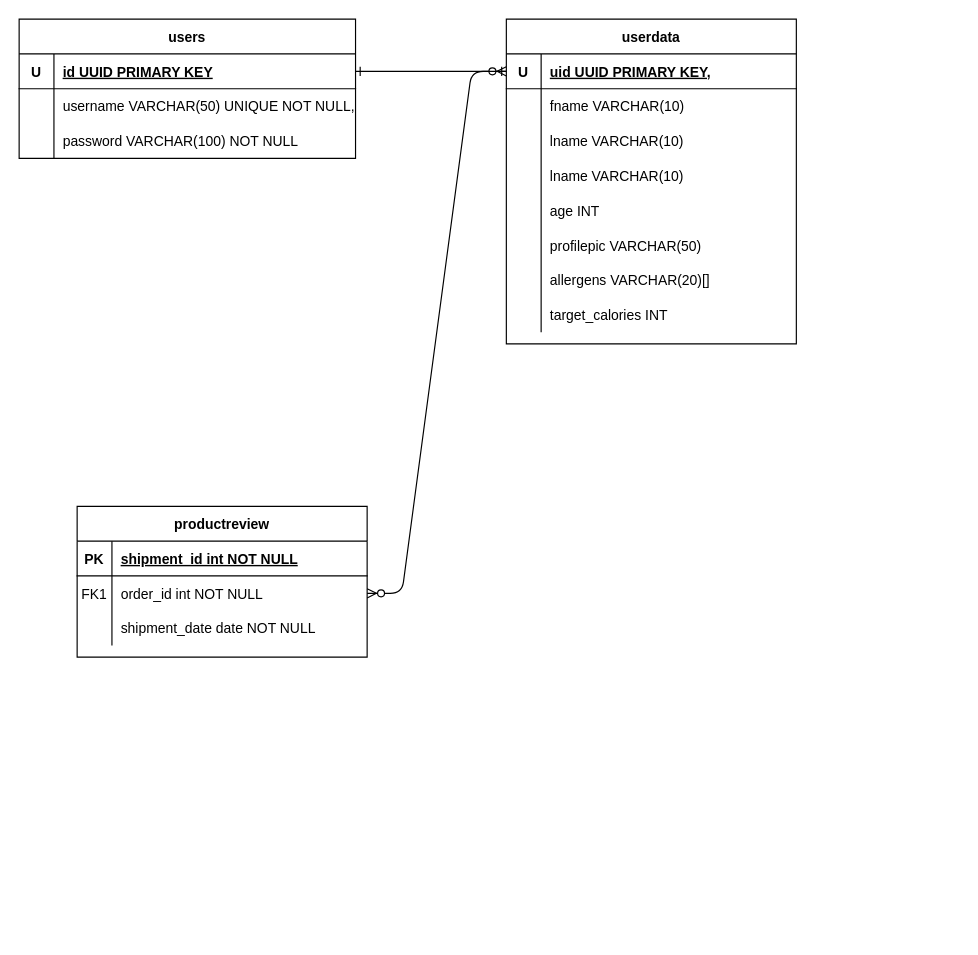
Before: Untitled Diagram.drawio in wr47hcnf/HealthBite, a draw.io diagram. Source tidied: cells renumbered, new cells numbered last; positions are measured from the earlier drawing's top-left corner, leaving out a move shared by most shapes. Both pictures are drawn from the tidied source at 116%, with x=0, y=0 at pixel (19, 19).
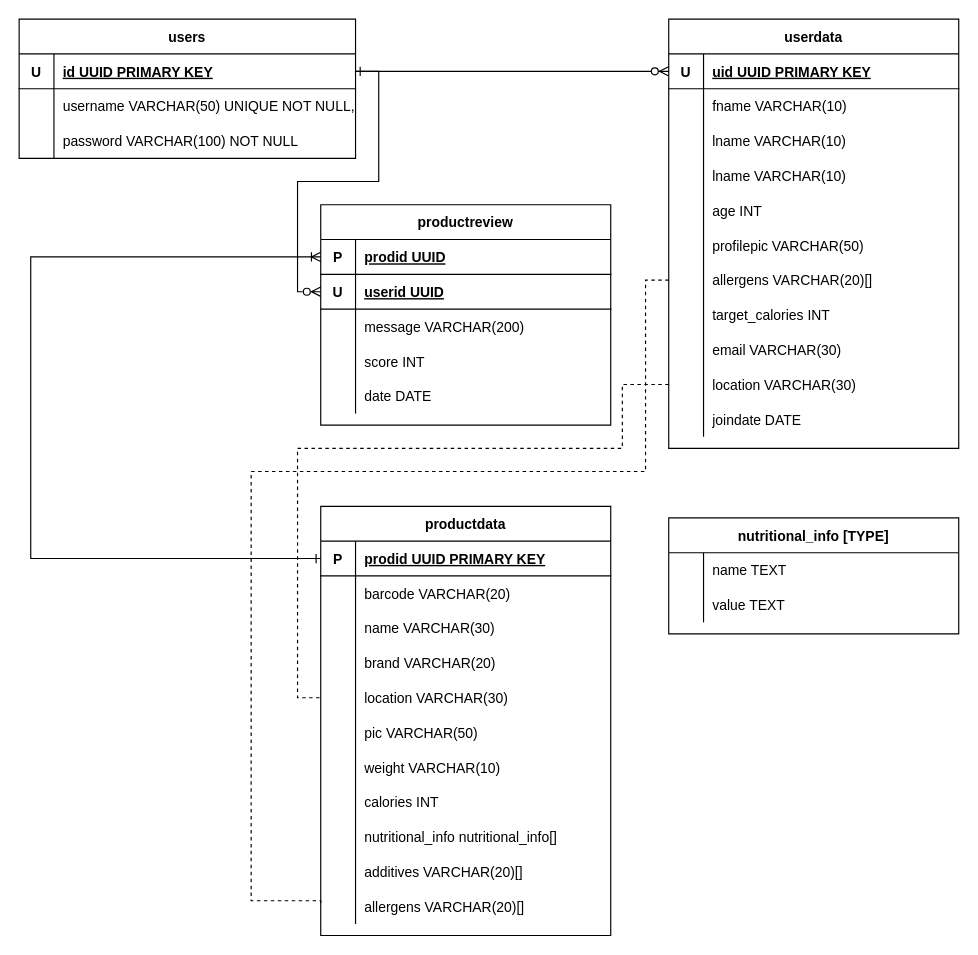
After the change.

The change refers to these unchanged cells:
```xml
<mxCell id="5" style="shape=partialRectangle;fillColor=none;points=[[0,0.5],[1,0.5]];portConstraint=eastwest;top=0;left=0;right=0;bottom=1;" parent="4" vertex="1">
  <mxGeometry y="30" width="250" height="30" as="geometry" />
</mxCell>
<mxCell id="23" style="shape=partialRectangle;fillColor=none;points=[[0,0.5],[1,0.5]];portConstraint=eastwest;top=0;left=0;right=0;bottom=0;" parent="4" vertex="1">
  <mxGeometry y="210" width="250" height="30" as="geometry" />
</mxCell>
<mxCell id="30" style="shape=partialRectangle;fillColor=none;points=[[0,0.5],[1,0.5]];portConstraint=eastwest;top=0;left=0;right=0;bottom=1;" parent="29" vertex="1">
  <mxGeometry y="30" width="250" height="30" as="geometry" />
</mxCell>
<mxCell id="40" style="shape=partialRectangle;fillColor=none;points=[[0,0.5],[1,0.5]];portConstraint=eastwest;top=0;left=0;right=0;bottom=1;" parent="39" vertex="1">
  <mxGeometry y="30" width="290" height="30" as="geometry" />
</mxCell>
```

Diff of the diagram source:
```diff
@@
-    <mxCell id="3" style="edgeStyle=entityRelationEdgeStyle;endArrow=ERzeroToMany;startArrow=ERone;endFill=1;startFill=0;" parent="1" edge="1" source="5" target="33">
-      <mxGeometry relative="1" as="geometry" />
-    </mxCell>
     <mxCell id="4" value="userdata" style="shape=table;startSize=30;childLayout=tableLayout;rowLines=0;fontStyle=1;align=center;" parent="1" vertex="1">
-      <mxGeometry x="420" width="250" height="280" as="geometry" />
+      <mxGeometry x="560" width="250" height="370" as="geometry" />
     </mxCell>
@@
-    <mxCell id="7" value="uid UUID PRIMARY KEY," style="shape=partialRectangle;overflow=hidden;fillColor=none;top=0;left=0;bottom=0;right=0;align=left;spacingLeft=6;fontStyle=5;" parent="5" vertex="1">
+    <mxCell id="7" value="uid UUID PRIMARY KEY" style="shape=partialRectangle;overflow=hidden;fillColor=none;top=0;left=0;bottom=0;right=0;align=left;spacingLeft=6;fontStyle=5;" parent="5" vertex="1">
       <mxGeometry x="30" width="220" height="30" as="geometry" />
     </mxCell>
@@
+    <mxCell id="49" style="shape=partialRectangle;fillColor=none;top=0;left=0;right=0;bottom=0;" parent="4" vertex="1">
+      <mxGeometry y="270" width="250" height="30" as="geometry" />
+    </mxCell>
+    <mxCell id="50" style="shape=partialRectangle;overflow=hidden;fillColor=none;top=0;left=0;bottom=0;right=0;" parent="49" vertex="1">
+      <mxGeometry width="30" height="30" as="geometry" />
+    </mxCell>
+    <mxCell id="51" value="email VARCHAR(30)" style="shape=partialRectangle;overflow=hidden;fillColor=none;top=0;left=0;bottom=0;right=0;align=left;spacingLeft=6;" parent="49" vertex="1">
+      <mxGeometry x="30" width="220" height="30" as="geometry" />
+    </mxCell>
+    <mxCell id="52" style="shape=partialRectangle;fillColor=none;points=[[0,0.5],[1,0.5]];portConstraint=eastwest;top=0;left=0;right=0;bottom=0;" parent="4" vertex="1">
+      <mxGeometry y="300" width="250" height="30" as="geometry" />
+    </mxCell>
+    <mxCell id="53" style="shape=partialRectangle;overflow=hidden;fillColor=none;top=0;left=0;bottom=0;right=0;" parent="52" vertex="1">
+      <mxGeometry width="30" height="30" as="geometry" />
+    </mxCell>
+    <mxCell id="54" value="location VARCHAR(30)" style="shape=partialRectangle;overflow=hidden;fillColor=none;top=0;left=0;bottom=0;right=0;align=left;spacingLeft=6;" parent="52" vertex="1">
+      <mxGeometry x="30" width="220" height="30" as="geometry" />
+    </mxCell>
+    <mxCell id="55" style="shape=partialRectangle;fillColor=none;top=0;left=0;right=0;bottom=0;" parent="4" vertex="1">
+      <mxGeometry y="330" width="250" height="30" as="geometry" />
+    </mxCell>
+    <mxCell id="56" style="shape=partialRectangle;overflow=hidden;fillColor=none;top=0;left=0;bottom=0;right=0;" parent="55" vertex="1">
+      <mxGeometry width="30" height="30" as="geometry" />
+    </mxCell>
+    <mxCell id="57" value="joindate DATE" style="shape=partialRectangle;overflow=hidden;fillColor=none;top=0;left=0;bottom=0;right=0;align=left;spacingLeft=6;" parent="55" vertex="1">
+      <mxGeometry x="30" width="220" height="30" as="geometry" />
+    </mxCell>
     <mxCell id="29" value="productreview" style="shape=table;startSize=30;childLayout=tableLayout;rowLines=0;fontStyle=1;align=center;" parent="1" vertex="1">
-      <mxGeometry x="50" y="420" width="250" height="130" as="geometry" />
+      <mxGeometry x="260" y="160" width="250" height="190" as="geometry" />
     </mxCell>
@@
-    <mxCell id="31" value="PK" style="shape=partialRectangle;overflow=hidden;fillColor=none;top=0;left=0;bottom=0;right=0;fontStyle=1;" parent="30" vertex="1">
+    <mxCell id="31" value="P" style="shape=partialRectangle;overflow=hidden;fillColor=none;top=0;left=0;bottom=0;right=0;fontStyle=1;" parent="30" vertex="1">
       <mxGeometry width="30" height="30" as="geometry" />
     </mxCell>
-    <mxCell id="32" value="shipment_id int NOT NULL " style="shape=partialRectangle;overflow=hidden;fillColor=none;top=0;left=0;bottom=0;right=0;align=left;spacingLeft=6;fontStyle=5;" parent="30" vertex="1">
+    <mxCell id="32" value="prodid UUID" style="shape=partialRectangle;overflow=hidden;fillColor=none;top=0;left=0;bottom=0;right=0;align=left;spacingLeft=6;fontStyle=5;" parent="30" vertex="1">
       <mxGeometry x="30" width="220" height="30" as="geometry" />
     </mxCell>
+    <mxCell id="58" style="shape=partialRectangle;fillColor=none;points=[[0,0.5],[1,0.5]];portConstraint=eastwest;top=0;left=0;right=0;bottom=1;" parent="29" vertex="1">
+      <mxGeometry y="60" width="250" height="30" as="geometry" />
+    </mxCell>
+    <mxCell id="59" value="U" style="shape=partialRectangle;overflow=hidden;fillColor=none;top=0;left=0;bottom=0;right=0;fontStyle=1;" parent="58" vertex="1">
+      <mxGeometry width="30" height="30" as="geometry" />
+    </mxCell>
+    <mxCell id="60" value="userid UUID" style="shape=partialRectangle;overflow=hidden;fillColor=none;top=0;left=0;bottom=0;right=0;align=left;spacingLeft=6;fontStyle=5;" parent="58" vertex="1">
+      <mxGeometry x="30" width="220" height="30" as="geometry" />
+    </mxCell>
     <mxCell id="33" style="shape=partialRectangle;fillColor=none;points=[[0,0.5],[1,0.5]];portConstraint=eastwest;top=0;left=0;right=0;bottom=0;" parent="29" vertex="1">
-      <mxGeometry y="60" width="250" height="30" as="geometry" />
+      <mxGeometry y="90" width="250" height="30" as="geometry" />
     </mxCell>
-    <mxCell id="34" value="FK1" style="shape=partialRectangle;overflow=hidden;fillColor=none;top=0;left=0;bottom=0;right=0;" parent="33" vertex="1">
+    <mxCell id="34" style="shape=partialRectangle;overflow=hidden;fillColor=none;top=0;left=0;bottom=0;right=0;" parent="33" vertex="1">
       <mxGeometry width="30" height="30" as="geometry" />
     </mxCell>
-    <mxCell id="35" value="order_id int NOT NULL" style="shape=partialRectangle;overflow=hidden;fillColor=none;top=0;left=0;bottom=0;right=0;align=left;spacingLeft=6;" parent="33" vertex="1">
+    <mxCell id="35" value="message VARCHAR(200)" style="shape=partialRectangle;overflow=hidden;fillColor=none;top=0;left=0;bottom=0;right=0;align=left;spacingLeft=6;" parent="33" vertex="1">
       <mxGeometry x="30" width="220" height="30" as="geometry" />
     </mxCell>
     <mxCell id="36" style="shape=partialRectangle;fillColor=none;top=0;left=0;right=0;bottom=0;" parent="29" vertex="1">
-      <mxGeometry y="90" width="250" height="30" as="geometry" />
+      <mxGeometry y="120" width="250" height="30" as="geometry" />
     </mxCell>
@@
-    <mxCell id="38" value="shipment_date date NOT NULL" style="shape=partialRectangle;overflow=hidden;fillColor=none;top=0;left=0;bottom=0;right=0;align=left;spacingLeft=6;" parent="36" vertex="1">
+    <mxCell id="38" value="score INT" style="shape=partialRectangle;overflow=hidden;fillColor=none;top=0;left=0;bottom=0;right=0;align=left;spacingLeft=6;" parent="36" vertex="1">
       <mxGeometry x="30" width="220" height="30" as="geometry" />
     </mxCell>
+    <mxCell id="61" style="shape=partialRectangle;fillColor=none;top=0;left=0;right=0;bottom=0;" parent="29" vertex="1">
+      <mxGeometry y="150" width="250" height="30" as="geometry" />
+    </mxCell>
+    <mxCell id="62" style="shape=partialRectangle;overflow=hidden;fillColor=none;top=0;left=0;bottom=0;right=0;" parent="61" vertex="1">
+      <mxGeometry width="30" height="30" as="geometry" />
+    </mxCell>
+    <mxCell id="63" value="date DATE" style="shape=partialRectangle;overflow=hidden;fillColor=none;top=0;left=0;bottom=0;right=0;align=left;spacingLeft=6;" parent="61" vertex="1">
+      <mxGeometry x="30" width="220" height="30" as="geometry" />
+    </mxCell>
@@
+    <mxCell id="64" style="edgeStyle=orthogonalEdgeStyle;rounded=0;jettySize=auto;html=1;exitX=1;exitY=0.5;exitDx=0;exitDy=0;entryX=0;entryY=0.5;entryDx=0;entryDy=0;endArrow=ERzeroToMany;endFill=0;" parent="1" edge="1" source="40" target="58">
+      <mxGeometry relative="1" as="geometry" />
+    </mxCell>
+    <mxCell id="65" value="productdata" style="shape=table;startSize=30;childLayout=tableLayout;rowLines=0;fontStyle=1;align=center;" parent="1" vertex="1">
+      <mxGeometry x="260" y="420" width="250" height="370" as="geometry" />
+    </mxCell>
+    <mxCell id="66" style="shape=partialRectangle;fillColor=none;points=[[0,0.5],[1,0.5]];portConstraint=eastwest;top=0;left=0;right=0;bottom=1;" parent="65" vertex="1">
+      <mxGeometry y="30" width="250" height="30" as="geometry" />
+    </mxCell>
+    <mxCell id="67" value="P" style="shape=partialRectangle;overflow=hidden;fillColor=none;top=0;left=0;bottom=0;right=0;fontStyle=1;" parent="66" vertex="1">
+      <mxGeometry width="30" height="30" as="geometry" />
+    </mxCell>
+    <mxCell id="68" value="prodid UUID PRIMARY KEY" style="shape=partialRectangle;overflow=hidden;fillColor=none;top=0;left=0;bottom=0;right=0;align=left;spacingLeft=6;fontStyle=5;" parent="66" vertex="1">
+      <mxGeometry x="30" width="220" height="30" as="geometry" />
+    </mxCell>
+    <mxCell id="69" style="shape=partialRectangle;fillColor=none;top=0;left=0;right=0;bottom=0;" parent="65" vertex="1">
+      <mxGeometry y="60" width="250" height="30" as="geometry" />
+    </mxCell>
+    <mxCell id="70" style="shape=partialRectangle;overflow=hidden;fillColor=none;top=0;left=0;bottom=0;right=0;" parent="69" vertex="1">
+      <mxGeometry width="30" height="30" as="geometry" />
+    </mxCell>
+    <mxCell id="71" value="barcode VARCHAR(20)" style="shape=partialRectangle;overflow=hidden;fillColor=none;top=0;left=0;bottom=0;right=0;align=left;spacingLeft=6;" parent="69" vertex="1">
+      <mxGeometry x="30" width="220" height="30" as="geometry" />
+    </mxCell>
+    <mxCell id="72" style="shape=partialRectangle;fillColor=none;top=0;left=0;right=0;bottom=0;" parent="65" vertex="1">
+      <mxGeometry y="90" width="250" height="30" as="geometry" />
+    </mxCell>
+    <mxCell id="73" style="shape=partialRectangle;overflow=hidden;fillColor=none;top=0;left=0;bottom=0;right=0;" parent="72" vertex="1">
+      <mxGeometry width="30" height="30" as="geometry" />
+    </mxCell>
+    <mxCell id="74" value="name VARCHAR(30)" style="shape=partialRectangle;overflow=hidden;fillColor=none;top=0;left=0;bottom=0;right=0;align=left;spacingLeft=6;" parent="72" vertex="1">
+      <mxGeometry x="30" width="220" height="30" as="geometry" />
+    </mxCell>
+    <mxCell id="75" style="shape=partialRectangle;fillColor=none;top=0;left=0;right=0;bottom=0;" parent="65" vertex="1">
+      <mxGeometry y="120" width="250" height="30" as="geometry" />
+    </mxCell>
+    <mxCell id="76" style="shape=partialRectangle;overflow=hidden;fillColor=none;top=0;left=0;bottom=0;right=0;" parent="75" vertex="1">
+      <mxGeometry width="30" height="30" as="geometry" />
+    </mxCell>
+    <mxCell id="77" value="brand VARCHAR(20)" style="shape=partialRectangle;overflow=hidden;fillColor=none;top=0;left=0;bottom=0;right=0;align=left;spacingLeft=6;" parent="75" vertex="1">
+      <mxGeometry x="30" width="220" height="30" as="geometry" />
+    </mxCell>
+    <mxCell id="78" style="shape=partialRectangle;fillColor=none;points=[[0,0.5],[1,0.5]];portConstraint=eastwest;top=0;left=0;right=0;bottom=0;" parent="65" vertex="1">
+      <mxGeometry y="150" width="250" height="30" as="geometry" />
+    </mxCell>
+    <mxCell id="79" style="shape=partialRectangle;overflow=hidden;fillColor=none;top=0;left=0;bottom=0;right=0;" parent="78" vertex="1">
+      <mxGeometry width="30" height="30" as="geometry" />
+    </mxCell>
+    <mxCell id="80" value="location VARCHAR(30)" style="shape=partialRectangle;overflow=hidden;fillColor=none;top=0;left=0;bottom=0;right=0;align=left;spacingLeft=6;" parent="78" vertex="1">
+      <mxGeometry x="30" width="220" height="30" as="geometry" />
+    </mxCell>
+    <mxCell id="81" style="shape=partialRectangle;fillColor=none;top=0;left=0;right=0;bottom=0;" parent="65" vertex="1">
+      <mxGeometry y="180" width="250" height="30" as="geometry" />
+    </mxCell>
+    <mxCell id="82" style="shape=partialRectangle;overflow=hidden;fillColor=none;top=0;left=0;bottom=0;right=0;" parent="81" vertex="1">
+      <mxGeometry width="30" height="30" as="geometry" />
+    </mxCell>
+    <mxCell id="83" value="pic VARCHAR(50)" style="shape=partialRectangle;overflow=hidden;fillColor=none;top=0;left=0;bottom=0;right=0;align=left;spacingLeft=6;" parent="81" vertex="1">
+      <mxGeometry x="30" width="220" height="30" as="geometry" />
+    </mxCell>
+    <mxCell id="84" style="shape=partialRectangle;fillColor=none;top=0;left=0;right=0;bottom=0;" parent="65" vertex="1">
+      <mxGeometry y="210" width="250" height="30" as="geometry" />
+    </mxCell>
+    <mxCell id="85" style="shape=partialRectangle;overflow=hidden;fillColor=none;top=0;left=0;bottom=0;right=0;" parent="84" vertex="1">
+      <mxGeometry width="30" height="30" as="geometry" />
+    </mxCell>
+    <mxCell id="86" value="weight VARCHAR(10)" style="shape=partialRectangle;overflow=hidden;fillColor=none;top=0;left=0;bottom=0;right=0;align=left;spacingLeft=6;" parent="84" vertex="1">
+      <mxGeometry x="30" width="220" height="30" as="geometry" />
+    </mxCell>
+    <mxCell id="87" style="shape=partialRectangle;fillColor=none;top=0;left=0;right=0;bottom=0;" parent="65" vertex="1">
+      <mxGeometry y="240" width="250" height="30" as="geometry" />
+    </mxCell>
+    <mxCell id="88" style="shape=partialRectangle;overflow=hidden;fillColor=none;top=0;left=0;bottom=0;right=0;" parent="87" vertex="1">
+      <mxGeometry width="30" height="30" as="geometry" />
+    </mxCell>
+    <mxCell id="89" value="calories INT" style="shape=partialRectangle;overflow=hidden;fillColor=none;top=0;left=0;bottom=0;right=0;align=left;spacingLeft=6;" parent="87" vertex="1">
+      <mxGeometry x="30" width="220" height="30" as="geometry" />
+    </mxCell>
+    <mxCell id="90" style="shape=partialRectangle;fillColor=none;top=0;left=0;right=0;bottom=0;" parent="65" vertex="1">
+      <mxGeometry y="270" width="250" height="30" as="geometry" />
+    </mxCell>
+    <mxCell id="91" style="shape=partialRectangle;overflow=hidden;fillColor=none;top=0;left=0;bottom=0;right=0;" parent="90" vertex="1">
+      <mxGeometry width="30" height="30" as="geometry" />
+    </mxCell>
+    <mxCell id="92" value="nutritional_info nutritional_info[]" style="shape=partialRectangle;overflow=hidden;fillColor=none;top=0;left=0;bottom=0;right=0;align=left;spacingLeft=6;" parent="90" vertex="1">
+      <mxGeometry x="30" width="220" height="30" as="geometry" />
+    </mxCell>
+    <mxCell id="93" style="shape=partialRectangle;fillColor=none;top=0;left=0;right=0;bottom=0;" parent="65" vertex="1">
+      <mxGeometry y="300" width="250" height="30" as="geometry" />
+    </mxCell>
+    <mxCell id="94" style="shape=partialRectangle;overflow=hidden;fillColor=none;top=0;left=0;bottom=0;right=0;" parent="93" vertex="1">
+      <mxGeometry width="30" height="30" as="geometry" />
+    </mxCell>
+    <mxCell id="95" value="additives VARCHAR(20)[]" style="shape=partialRectangle;overflow=hidden;fillColor=none;top=0;left=0;bottom=0;right=0;align=left;spacingLeft=6;" parent="93" vertex="1">
+      <mxGeometry x="30" width="220" height="30" as="geometry" />
+    </mxCell>
+    <mxCell id="96" style="shape=partialRectangle;fillColor=none;points=[[0,0.5],[1,0.5]];portConstraint=eastwest;top=0;left=0;right=0;bottom=0;" parent="65" vertex="1">
+      <mxGeometry y="330" width="250" height="30" as="geometry" />
+    </mxCell>
+    <mxCell id="97" style="shape=partialRectangle;overflow=hidden;fillColor=none;top=0;left=0;bottom=0;right=0;" parent="96" vertex="1">
+      <mxGeometry width="30" height="30" as="geometry" />
+    </mxCell>
+    <mxCell id="98" value="allergens VARCHAR(20)[]" style="shape=partialRectangle;overflow=hidden;fillColor=none;top=0;left=0;bottom=0;right=0;align=left;spacingLeft=6;" parent="96" vertex="1">
+      <mxGeometry x="30" width="220" height="30" as="geometry" />
+    </mxCell>
+    <mxCell id="99" style="edgeStyle=orthogonalEdgeStyle;rounded=0;jettySize=auto;html=1;exitX=0;exitY=0.5;exitDx=0;exitDy=0;entryX=0;entryY=0.5;entryDx=0;entryDy=0;endArrow=ERoneToMany;endFill=0;startArrow=ERone;startFill=0;" parent="1" edge="1" source="66" target="30">
+      <mxGeometry relative="1" as="geometry">
+        <Array as="points">
+          <mxPoint x="10" y="465" />
+          <mxPoint x="10" y="205" />
+        </Array>
+      </mxGeometry>
+    </mxCell>
+    <mxCell id="100" value="nutritional_info [TYPE]" style="shape=table;startSize=30;childLayout=tableLayout;rowLines=0;fontStyle=1;align=center;" parent="1" vertex="1">
+      <mxGeometry x="560" y="430" width="250" height="100" as="geometry" />
+    </mxCell>
+    <mxCell id="101" style="shape=partialRectangle;fillColor=none;top=0;left=0;right=0;bottom=0;" parent="100" vertex="1">
+      <mxGeometry y="30" width="250" height="30" as="geometry" />
+    </mxCell>
+    <mxCell id="102" style="shape=partialRectangle;overflow=hidden;fillColor=none;top=0;left=0;bottom=0;right=0;" parent="101" vertex="1">
+      <mxGeometry width="30" height="30" as="geometry" />
+    </mxCell>
+    <mxCell id="103" value="name TEXT" style="shape=partialRectangle;overflow=hidden;fillColor=none;top=0;left=0;bottom=0;right=0;align=left;spacingLeft=6;" parent="101" vertex="1">
+      <mxGeometry x="30" width="220" height="30" as="geometry" />
+    </mxCell>
+    <mxCell id="104" style="shape=partialRectangle;fillColor=none;top=0;left=0;right=0;bottom=0;" parent="100" vertex="1">
+      <mxGeometry y="60" width="250" height="30" as="geometry" />
+    </mxCell>
+    <mxCell id="105" style="shape=partialRectangle;overflow=hidden;fillColor=none;top=0;left=0;bottom=0;right=0;" parent="104" vertex="1">
+      <mxGeometry width="30" height="30" as="geometry" />
+    </mxCell>
+    <mxCell id="106" value="value TEXT" style="shape=partialRectangle;overflow=hidden;fillColor=none;top=0;left=0;bottom=0;right=0;align=left;spacingLeft=6;" parent="104" vertex="1">
+      <mxGeometry x="30" width="220" height="30" as="geometry" />
+    </mxCell>
+    <mxCell id="107" style="edgeStyle=orthogonalEdgeStyle;rounded=0;jettySize=auto;html=1;exitX=0;exitY=0.5;exitDx=0;exitDy=0;endArrow=none;endFill=0;dashed=1;entryX=0;entryY=0.5;entryDx=0;entryDy=0;" parent="1" edge="1" source="23" target="96">
+      <mxGeometry relative="1" as="geometry">
+        <Array as="points">
+          <mxPoint x="540" y="225" />
+          <mxPoint x="540" y="390" />
+          <mxPoint x="200" y="390" />
+          <mxPoint x="200" y="760" />
+          <mxPoint x="260" y="760" />
+        </Array>
+      </mxGeometry>
+    </mxCell>
+    <mxCell id="108" style="edgeStyle=orthogonalEdgeStyle;rounded=0;jettySize=auto;html=1;exitX=0;exitY=0.5;exitDx=0;exitDy=0;entryX=0;entryY=0.5;entryDx=0;entryDy=0;dashed=1;endArrow=none;endFill=0;" parent="1" edge="1" source="52" target="78">
+      <mxGeometry relative="1" as="geometry">
+        <Array as="points">
+          <mxPoint x="520" y="315" />
+          <mxPoint x="520" y="370" />
+          <mxPoint x="240" y="370" />
+          <mxPoint x="240" y="585" />
+        </Array>
+      </mxGeometry>
+    </mxCell>
```
